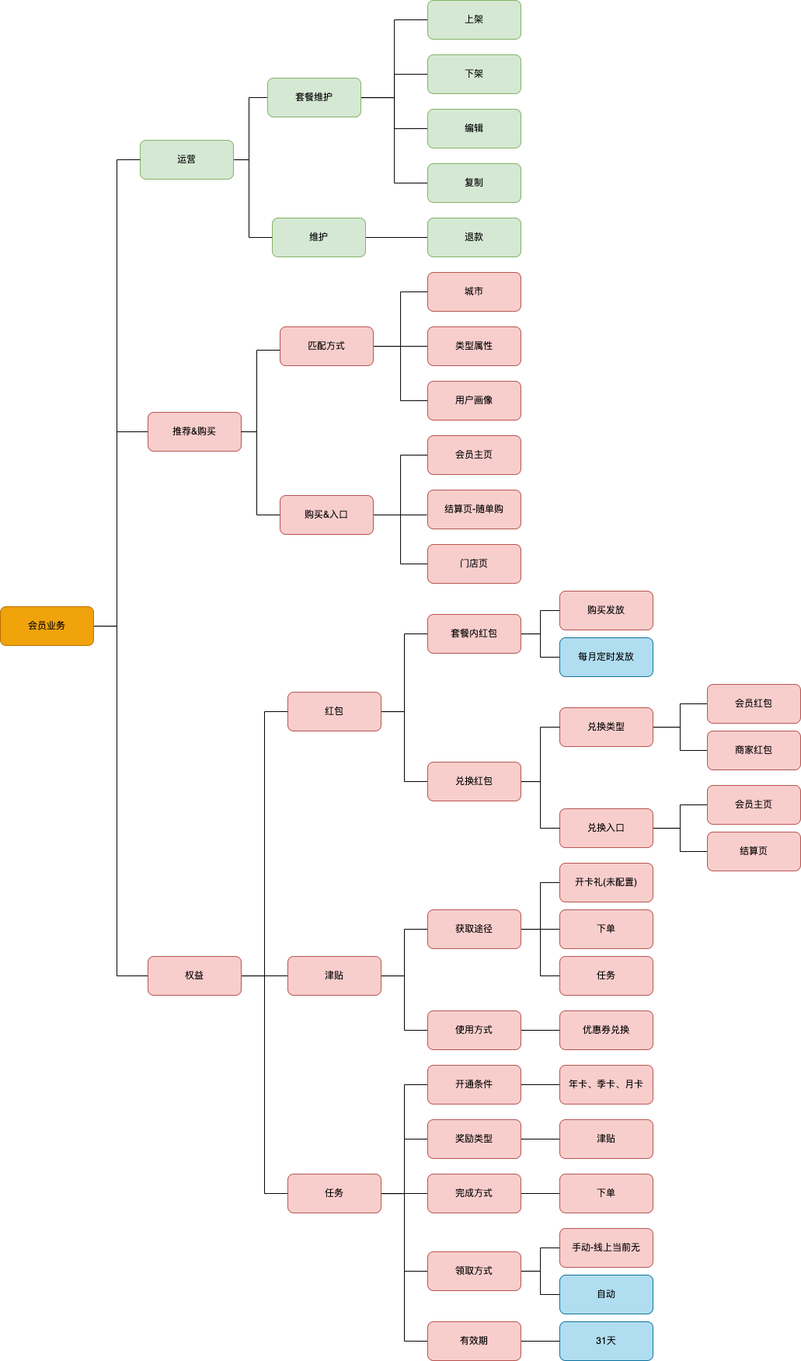
Above: 会员支持业务.png in 845642761/diagram (draw.io), before the change. Source tidied: cells renumbered, new cells last; positions are measured from the earlier drawing's top-left corner, leaving out a move shared by most shapes.
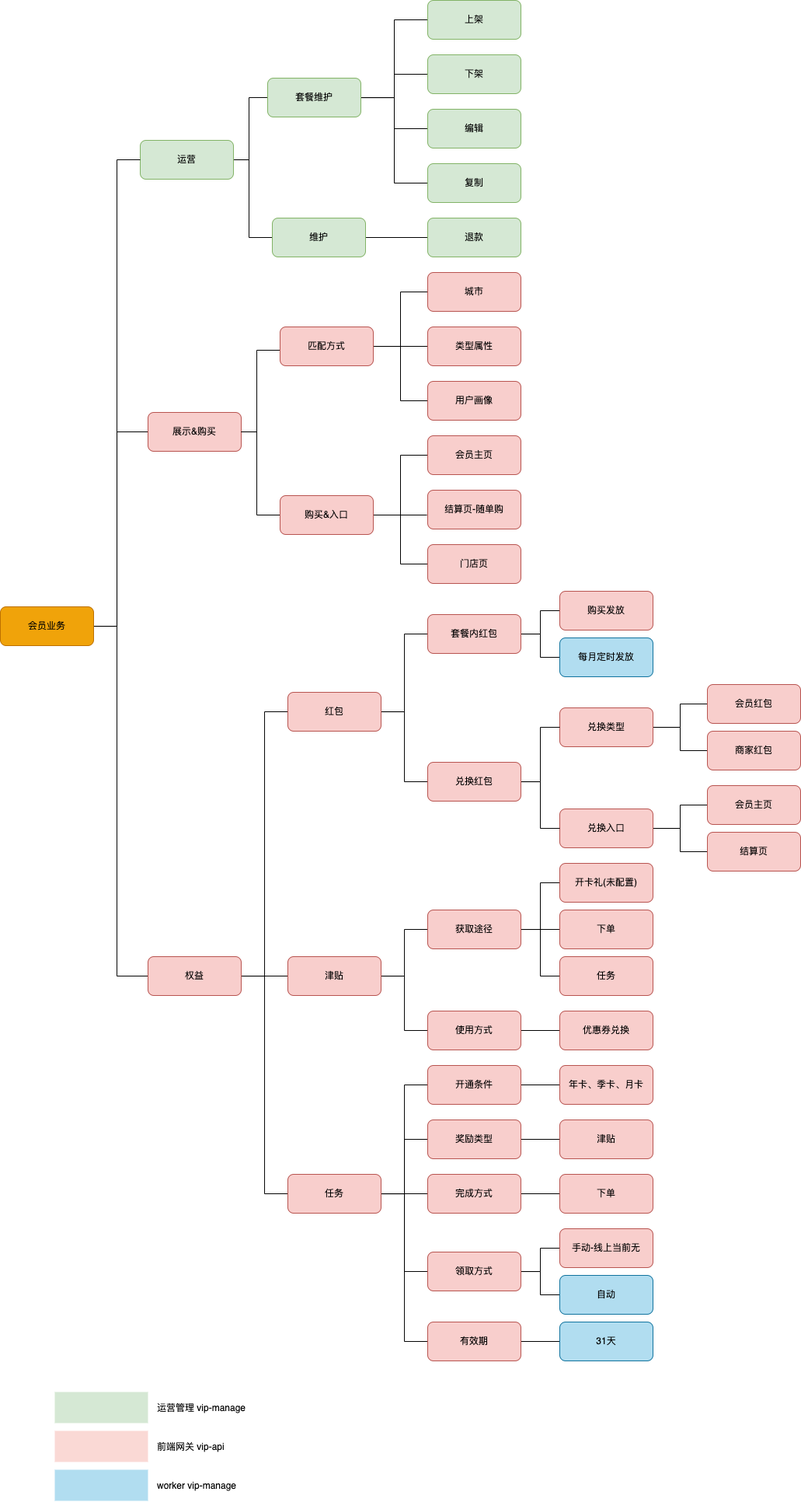
Above is the later version.

Commit message:
更新会员支持业务.png

Diff of the diagram source:
```diff
@@ -55,7 +55,7 @@
     <mxCell id="12" value="权益" style="rounded=1;whiteSpace=wrap;html=1;fillColor=#f8cecc;strokeColor=#b85450;" parent="1" vertex="1">
       <mxGeometry x="190" y="1230" width="120" height="50" as="geometry" />
     </mxCell>
-    <mxCell id="13" value="推荐&amp;amp;购买" style="rounded=1;whiteSpace=wrap;html=1;fillColor=#f8cecc;strokeColor=#b85450;" parent="1" vertex="1">
+    <mxCell id="13" value="展示&amp;amp;购买" style="rounded=1;whiteSpace=wrap;html=1;fillColor=#f8cecc;strokeColor=#b85450;" parent="1" vertex="1">
       <mxGeometry x="190" y="530" width="120" height="50" as="geometry" />
     </mxCell>
     <mxCell id="14" style="edgeStyle=orthogonalEdgeStyle;rounded=0;jettySize=auto;html=1;entryX=0;entryY=0.5;entryDx=0;entryDy=0;endArrow=none;endFill=0;" parent="1" edge="1" source="18" target="19">
@@ -324,5 +324,23 @@
     <mxCell id="98" value="退款" style="rounded=1;whiteSpace=wrap;html=1;fillColor=#d5e8d4;strokeColor=#82b366;" parent="1" vertex="1">
       <mxGeometry x="550" y="280" width="120" height="50" as="geometry" />
     </mxCell>
+    <mxCell id="99" style="rounded=0;whiteSpace=wrap;html=1;dashed=1;fontSize=18;strokeWidth=2;strokeColor=none;fillColor=#d5e8d4;" parent="1" vertex="1">
+      <mxGeometry x="70" y="1790" width="120" height="40" as="geometry" />
+    </mxCell>
+    <mxCell id="100" style="rounded=0;whiteSpace=wrap;html=1;dashed=1;fontSize=18;strokeWidth=2;strokeColor=none;fillColor=#b1ddf0;" parent="1" vertex="1">
+      <mxGeometry x="70" y="1890" width="120" height="40" as="geometry" />
+    </mxCell>
+    <mxCell id="101" style="rounded=0;whiteSpace=wrap;html=1;dashed=1;fontSize=18;strokeWidth=2;strokeColor=none;fillColor=#fad9d5;" parent="1" vertex="1">
+      <mxGeometry x="70" y="1840" width="120" height="40" as="geometry" />
+    </mxCell>
+    <mxCell id="102" value="运营管理 vip-manage" style="text;align=left;verticalAlign=middle;strokeColor=none;fillColor=none;fontSize=12;" parent="1" vertex="1">
+      <mxGeometry x="200" y="1800" width="130" height="20" as="geometry" />
+    </mxCell>
+    <mxCell id="103" value="前端网关 vip-api" style="text;align=left;verticalAlign=middle;strokeColor=none;fillColor=none;fontSize=12;" parent="1" vertex="1">
+      <mxGeometry x="200" y="1850" width="100" height="20" as="geometry" />
+    </mxCell>
+    <mxCell id="104" value="worker vip-manage" style="text;align=left;verticalAlign=middle;strokeColor=none;fillColor=none;fontSize=12;" parent="1" vertex="1">
+      <mxGeometry x="200" y="1900" width="120" height="20" as="geometry" />
+    </mxCell>
   </root>
 </mxGraphModel>
```
